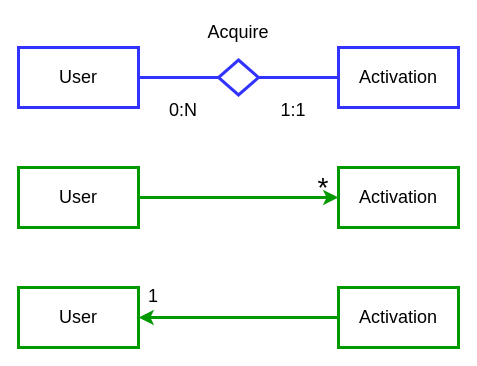
Above: page "User - Activation" (4 of 12) of Diagrams/relationships.drawio in matteovisotto/DB2-SirianiVisotto (draw.io), before the change. Source tidied: cells renumbered, new cells numbered last; positions are measured from the earlier drawing's top-left corner, leaving out a move shared by most shapes. Both pictures are drawn from the tidied source at 100%, with x=0, y=0 at pixel (18, 17).
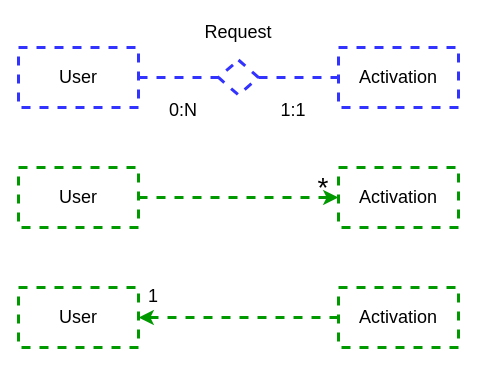
The same diagram, later.

Diff of the diagram source:
```diff
@@
 <mxGraphModel>
   <root>
     <mxCell id="0" />
     <mxCell id="1" parent="0" />
-    <mxCell id="2" style="edgeStyle=orthogonalEdgeStyle;rounded=0;jettySize=auto;html=1;entryX=0;entryY=0.5;entryDx=0;entryDy=0;endArrow=none;endFill=0;strokeColor=#3333FF;strokeWidth=3;" parent="1" edge="1" source="3" target="5">
+    <mxCell id="2" style="edgeStyle=orthogonalEdgeStyle;rounded=0;jettySize=auto;html=1;entryX=0;entryY=0.5;entryDx=0;entryDy=0;endArrow=none;endFill=0;strokeColor=#3333FF;strokeWidth=3;dashed=1;" parent="1" edge="1" source="3" target="5">
       <mxGeometry relative="1" as="geometry" />
     </mxCell>
-    <mxCell id="3" value="User" style="rounded=0;whiteSpace=wrap;html=1;strokeColor=#3333FF;strokeWidth=3;fontSize=18;" parent="1" vertex="1">
+    <mxCell id="3" value="User" style="rounded=0;whiteSpace=wrap;html=1;strokeColor=#3333FF;strokeWidth=3;fontSize=18;dashed=1;" parent="1" vertex="1">
       <mxGeometry y="30" width="120" height="60" as="geometry" />
     </mxCell>
-    <mxCell id="4" style="edgeStyle=orthogonalEdgeStyle;rounded=0;jettySize=auto;html=1;endArrow=none;endFill=0;strokeColor=#3333FF;strokeWidth=3;" parent="1" edge="1" source="5" target="6">
+    <mxCell id="4" style="edgeStyle=orthogonalEdgeStyle;rounded=0;jettySize=auto;html=1;endArrow=none;endFill=0;strokeColor=#3333FF;strokeWidth=3;dashed=1;" parent="1" edge="1" source="5" target="6">
       <mxGeometry relative="1" as="geometry" />
     </mxCell>
-    <mxCell id="5" style="rhombus;whiteSpace=wrap;html=1;strokeColor=#3333FF;strokeWidth=3;" parent="1" vertex="1">
+    <mxCell id="5" style="rhombus;whiteSpace=wrap;html=1;strokeColor=#3333FF;strokeWidth=3;dashed=1;" parent="1" vertex="1">
       <mxGeometry x="200" y="42.5" width="40" height="35" as="geometry" />
     </mxCell>
-    <mxCell id="6" value="Activation" style="rounded=0;whiteSpace=wrap;html=1;strokeColor=#3333FF;strokeWidth=3;fontSize=18;" parent="1" vertex="1">
+    <mxCell id="6" value="Activation" style="rounded=0;whiteSpace=wrap;html=1;strokeColor=#3333FF;strokeWidth=3;fontSize=18;dashed=1;" parent="1" vertex="1">
       <mxGeometry x="320" y="30" width="120" height="60" as="geometry" />
     </mxCell>
-    <mxCell id="7" style="edgeStyle=orthogonalEdgeStyle;rounded=0;jettySize=auto;html=1;endArrow=classic;endFill=1;strokeColor=#009900;strokeWidth=3;" parent="1" edge="1" source="8" target="9">
+    <mxCell id="7" style="edgeStyle=orthogonalEdgeStyle;rounded=0;jettySize=auto;html=1;endArrow=classic;endFill=1;strokeColor=#009900;strokeWidth=3;dashed=1;" parent="1" edge="1" source="8" target="9">
       <mxGeometry relative="1" as="geometry" />
     </mxCell>
-    <mxCell id="8" value="User" style="rounded=0;whiteSpace=wrap;html=1;strokeColor=#009900;strokeWidth=3;fontSize=18;" parent="1" vertex="1">
+    <mxCell id="8" value="User" style="rounded=0;whiteSpace=wrap;html=1;strokeColor=#009900;strokeWidth=3;fontSize=18;dashed=1;" parent="1" vertex="1">
       <mxGeometry y="150" width="120" height="60" as="geometry" />
     </mxCell>
-    <mxCell id="9" value="Activation" style="rounded=0;whiteSpace=wrap;html=1;strokeColor=#009900;strokeWidth=3;fontSize=18;" parent="1" vertex="1">
+    <mxCell id="9" value="Activation" style="rounded=0;whiteSpace=wrap;html=1;strokeColor=#009900;strokeWidth=3;fontSize=18;dashed=1;" parent="1" vertex="1">
       <mxGeometry x="320" y="150" width="120" height="60" as="geometry" />
     </mxCell>
-    <mxCell id="10" value="User" style="rounded=0;whiteSpace=wrap;html=1;strokeColor=#009900;strokeWidth=3;fontSize=18;" parent="1" vertex="1">
+    <mxCell id="10" value="User" style="rounded=0;whiteSpace=wrap;html=1;strokeColor=#009900;strokeWidth=3;fontSize=18;dashed=1;" parent="1" vertex="1">
       <mxGeometry y="270" width="120" height="60" as="geometry" />
     </mxCell>
-    <mxCell id="11" style="edgeStyle=orthogonalEdgeStyle;rounded=0;jettySize=auto;html=1;endArrow=classic;endFill=1;strokeColor=#009900;strokeWidth=3;" parent="1" edge="1" source="12" target="10">
+    <mxCell id="11" style="edgeStyle=orthogonalEdgeStyle;rounded=0;jettySize=auto;html=1;endArrow=classic;endFill=1;strokeColor=#009900;strokeWidth=3;dashed=1;" parent="1" edge="1" source="12" target="10">
       <mxGeometry relative="1" as="geometry" />
     </mxCell>
-    <mxCell id="12" value="Activation" style="rounded=0;whiteSpace=wrap;html=1;strokeColor=#009900;strokeWidth=3;fontSize=18;" parent="1" vertex="1">
+    <mxCell id="12" value="Activation" style="rounded=0;whiteSpace=wrap;html=1;strokeColor=#009900;strokeWidth=3;fontSize=18;dashed=1;" parent="1" vertex="1">
       <mxGeometry x="320" y="270" width="120" height="60" as="geometry" />
     </mxCell>
-    <mxCell id="13" value="&lt;font style=&quot;font-size: 18px&quot;&gt;Acquire&lt;/font&gt;" style="text;html=1;strokeColor=none;fillColor=none;align=center;verticalAlign=middle;whiteSpace=wrap;rounded=0;" parent="1" vertex="1">
+    <mxCell id="13" value="&lt;font style=&quot;font-size: 18px&quot;&gt;Request&lt;/font&gt;" style="text;html=1;strokeColor=none;fillColor=none;align=center;verticalAlign=middle;whiteSpace=wrap;rounded=0;dashed=1;" parent="1" vertex="1">
       <mxGeometry x="190" width="60" height="30" as="geometry" />
     </mxCell>
-    <mxCell id="14" value="&lt;font style=&quot;font-size: 18px&quot;&gt;0:N&lt;/font&gt;" style="text;html=1;strokeColor=none;fillColor=none;align=center;verticalAlign=middle;whiteSpace=wrap;rounded=0;" parent="1" vertex="1">
+    <mxCell id="14" value="&lt;font style=&quot;font-size: 18px&quot;&gt;0:N&lt;/font&gt;" style="text;html=1;strokeColor=none;fillColor=none;align=center;verticalAlign=middle;whiteSpace=wrap;rounded=0;dashed=1;" parent="1" vertex="1">
       <mxGeometry x="140" y="77.5" width="50" height="30" as="geometry" />
     </mxCell>
-    <mxCell id="15" value="&lt;font style=&quot;font-size: 18px&quot;&gt;1:1&lt;/font&gt;" style="text;html=1;strokeColor=none;fillColor=none;align=center;verticalAlign=middle;whiteSpace=wrap;rounded=0;" parent="1" vertex="1">
+    <mxCell id="15" value="&lt;font style=&quot;font-size: 18px&quot;&gt;1:1&lt;/font&gt;" style="text;html=1;strokeColor=none;fillColor=none;align=center;verticalAlign=middle;whiteSpace=wrap;rounded=0;dashed=1;" parent="1" vertex="1">
       <mxGeometry x="250" y="77.5" width="50" height="30" as="geometry" />
     </mxCell>
-    <mxCell id="16" value="&lt;font style=&quot;font-size: 28px&quot;&gt;*&lt;/font&gt;" style="text;html=1;strokeColor=none;fillColor=none;align=center;verticalAlign=middle;whiteSpace=wrap;rounded=0;fontSize=18;" parent="1" vertex="1">
+    <mxCell id="16" value="&lt;font style=&quot;font-size: 28px&quot;&gt;*&lt;/font&gt;" style="text;html=1;strokeColor=none;fillColor=none;align=center;verticalAlign=middle;whiteSpace=wrap;rounded=0;fontSize=18;dashed=1;" parent="1" vertex="1">
       <mxGeometry x="280" y="160" width="50" height="20" as="geometry" />
     </mxCell>
-    <mxCell id="17" value="&lt;font style=&quot;font-size: 18px&quot;&gt;1&lt;/font&gt;" style="text;html=1;strokeColor=none;fillColor=none;align=center;verticalAlign=middle;whiteSpace=wrap;rounded=0;fontSize=28;" parent="1" vertex="1">
+    <mxCell id="17" value="&lt;font style=&quot;font-size: 18px&quot;&gt;1&lt;/font&gt;" style="text;html=1;strokeColor=none;fillColor=none;align=center;verticalAlign=middle;whiteSpace=wrap;rounded=0;fontSize=28;dashed=1;" parent="1" vertex="1">
       <mxGeometry x="120" y="260" width="30" height="30" as="geometry" />
     </mxCell>
   </root>
 </mxGraphModel>
```
